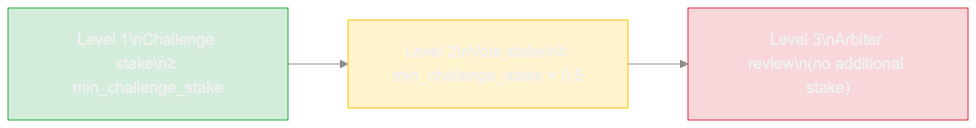
The Mermaid diagram images/oracle-3.png in forgesworn/nip-drafts, before a commit. Its source is kept beside it as images/oracle-3.mmd.
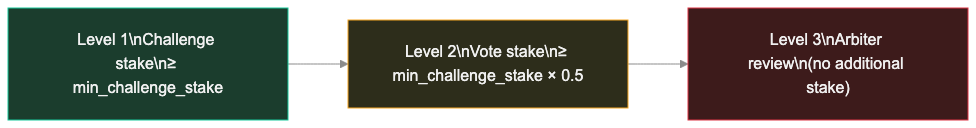
Above is the later version.

What changed in the source:
```diff
@@ -2,6 +2,6 @@
     L1["Level 1\nChallenge stake\n≥ min_challenge_stake"] --> L2["Level 2\nVote stake\n≥ min_challenge_stake × 0.5"]
     L2 --> L3["Level 3\nArbiter review\n(no additional stake)"]
 
-    style L1 fill:#d4edda,stroke:#28a745
-    style L2 fill:#fff3cd,stroke:#ffc107
-    style L3 fill:#f8d7da,stroke:#dc3545
+    style L1 fill:#1b3d2d,stroke:#16c79a
+    style L2 fill:#2d2d1b,stroke:#f5a623
+    style L3 fill:#3d1b1b,stroke:#dc3545
```
